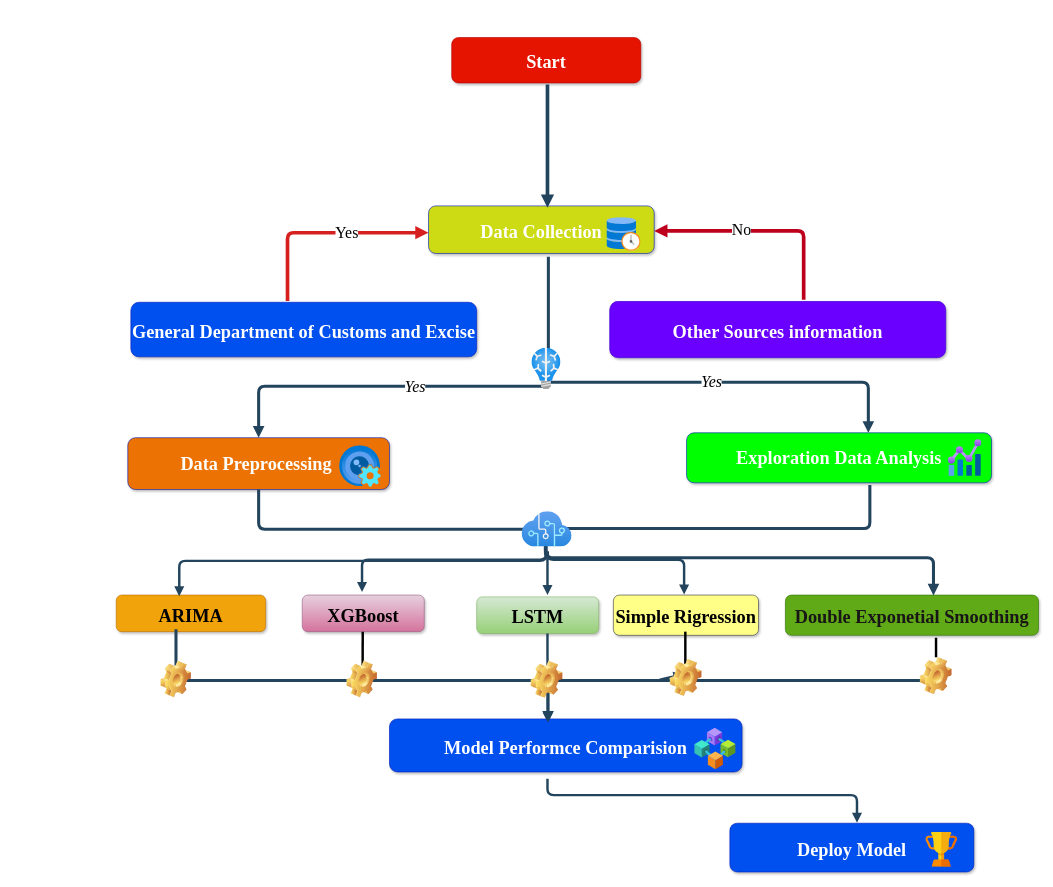
Above: page "Page-1" (1 of 3) of Untitled Diagram.drawio in Danut168/Advertistiing-Bugdet-and-Sales (draw.io), before the change. Source tidied: cells renumbered, new cells numbered last; positions are measured from the earlier drawing's top-left corner, leaving out a move shared by most shapes. Both pictures are drawn from the tidied source at 61%, with x=0, y=0 at pixel (62, 37).
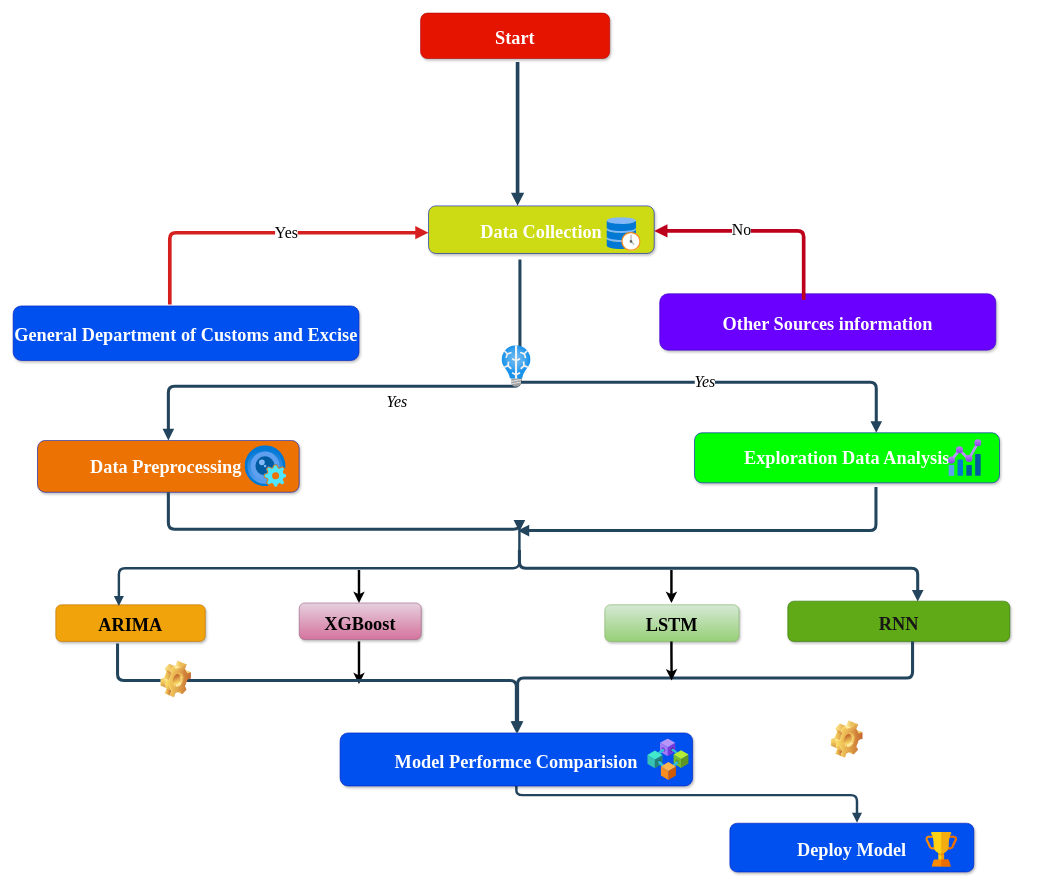
After the change.

The change refers to these unchanged cells:
```xml
<mxCell id="7" value="Data Collection" style="rounded=1;fillColor=#ccdb13;strokeColor=#001DBC;shadow=1;fontStyle=1;fontColor=#ffffff;fontSize=30;fontFamily=Times New Roman;" parent="1" vertex="1">
  <mxGeometry x="601" y="276" width="370" height="78" as="geometry" />
</mxCell>
```

Diff of the diagram source:
```diff
@@
     <mxCell id="2" value="General Department of Customs and Excise" style="rounded=1;fillColor=#0050ef;strokeColor=#001DBC;shadow=1;fontStyle=1;fontColor=#ffffff;fontSize=30;fontFamily=Times New Roman;" parent="1" vertex="1">
-      <mxGeometry x="113" y="434" width="567" height="89.5" as="geometry" />
+      <mxGeometry x="-80" y="440" width="567" height="89.5" as="geometry" />
     </mxCell>
     <mxCell id="3" value="ARIMA" style="rounded=1;fillColor=#f0a30a;strokeColor=#BD7000;shadow=1;fontStyle=1;fontColor=#000000;fontSize=30;fontFamily=Times New Roman;" parent="1" vertex="1">
-      <mxGeometry x="89" y="914" width="245" height="60" as="geometry" />
+      <mxGeometry x="-10" y="930" width="245" height="60" as="geometry" />
     </mxCell>
-    <mxCell id="4" value="Double Exponetial Smoothing" style="rounded=1;fillColor=#60a917;strokeColor=#2D7600;shadow=1;fontStyle=1;fontColor=#181616;fontSize=30;fontFamily=Times New Roman;" parent="1" vertex="1">
-      <mxGeometry x="1186" y="914" width="415" height="66" as="geometry" />
+    <mxCell id="4" value="RNN" style="rounded=1;fillColor=#60a917;strokeColor=#2D7600;shadow=1;fontStyle=1;fontColor=#181616;fontSize=30;fontFamily=Times New Roman;" parent="1" vertex="1">
+      <mxGeometry x="1190" y="924" width="364" height="66" as="geometry" />
     </mxCell>
@@
     <mxCell id="6" value="Start" style="rounded=1;shadow=1;fontStyle=1;fontSize=30;fillColor=#e51400;fillStyle=auto;fontFamily=Times New Roman;fontColor=#ffffff;strokeColor=#B20000;" parent="1" vertex="1">
-      <mxGeometry x="639" width="310" height="74.5" as="geometry" />
+      <mxGeometry x="588" y="-40" width="310" height="74.5" as="geometry" />
     </mxCell>
@@
     <mxCell id="8" value="Other Sources information" style="rounded=1;fillColor=#6a00ff;strokeColor=#3700CC;shadow=1;fontStyle=1;fontColor=#ffffff;fontSize=30;fontFamily=Times New Roman;" parent="1" vertex="1">
-      <mxGeometry x="898" y="432.5" width="551" height="92.5" as="geometry" />
+      <mxGeometry x="980" y="420" width="551" height="92.5" as="geometry" />
     </mxCell>
     <mxCell id="9" style="edgeStyle=elbowEdgeStyle;elbow=vertical;strokeWidth=6;endArrow=block;endFill=1;fontStyle=1;strokeColor=#23445D;flowAnimation=1;" parent="1" edge="1">
       <mxGeometry x="22" y="165.5" as="geometry">
-        <mxPoint x="796" y="77" as="sourcePoint" />
-        <mxPoint x="796" y="279" as="targetPoint" />
+        <mxPoint x="747" y="40" as="sourcePoint" />
+        <mxPoint x="747" y="276" as="targetPoint" />
       </mxGeometry>
     </mxCell>
@@
     <mxCell id="14" style="edgeStyle=elbowEdgeStyle;elbow=vertical;strokeWidth=4;endArrow=block;endFill=1;fontStyle=1;strokeColor=#23445D;flowAnimation=1;entryX=0.422;entryY=0.035;entryDx=0;entryDy=0;entryPerimeter=0;" parent="1" edge="1" target="3">
       <mxGeometry x="22" y="165.5" as="geometry">
-        <mxPoint x="794" y="799" as="sourcePoint" />
+        <mxPoint x="750" y="809" as="sourcePoint" />
+        <Array as="points">
+          <mxPoint x="420" y="870" />
+        </Array>
       </mxGeometry>
     </mxCell>
-    <mxCell id="15" style="edgeStyle=elbowEdgeStyle;elbow=vertical;strokeWidth=4;endArrow=block;endFill=1;fontStyle=1;strokeColor=#23445D;flowAnimation=1;entryX=0.586;entryY=-0.009;entryDx=0;entryDy=0;entryPerimeter=0;" parent="1" edge="1">
+    <mxCell id="15" style="edgeStyle=elbowEdgeStyle;elbow=vertical;strokeWidth=4;endArrow=block;endFill=1;fontStyle=1;strokeColor=#23445D;flowAnimation=1;entryX=0.586;entryY=-0.009;entryDx=0;entryDy=0;entryPerimeter=0;exitX=0.5;exitY=1;exitDx=0;exitDy=0;" parent="1" edge="1" source="28">
       <mxGeometry x="22" y="165.5" as="geometry">
-        <mxPoint x="796" y="1215" as="sourcePoint" />
         <mxPoint x="1303.4" y="1287.3" as="targetPoint" />
         <Array as="points">
           <mxPoint x="853" y="1242" />
           <mxPoint x="974" y="1217" />
         </Array>
       </mxGeometry>
     </mxCell>
-    <mxCell id="16" style="edgeStyle=elbowEdgeStyle;elbow=vertical;strokeWidth=4;endArrow=block;endFill=1;fontStyle=1;strokeColor=#23445D;flowAnimation=1;" parent="1" edge="1">
-      <mxGeometry x="22" y="165.5" as="geometry">
-        <mxPoint x="796" y="845" as="sourcePoint" />
-        <mxPoint x="1020" y="913" as="targetPoint" />
-        <Array as="points">
-          <mxPoint x="971" y="856" />
-        </Array>
-      </mxGeometry>
-    </mxCell>
     <mxCell id="17" value="&lt;font style=&quot;font-size: 30px;&quot;&gt;Data Preprocessing&amp;nbsp;&lt;/font&gt;" style="whiteSpace=wrap;html=1;fontSize=25;fillColor=#eb7203;strokeColor=#001DBC;fontColor=#ffffff;rounded=1;shadow=1;fontStyle=1;fontFamily=Times New Roman;" parent="1" vertex="1">
-      <mxGeometry x="108" y="656" width="429" height="85" as="geometry" />
+      <mxGeometry x="-40" y="660.5" width="429" height="85" as="geometry" />
     </mxCell>
     <mxCell id="18" value="XGBoost" style="rounded=1;fillColor=#e6d0de;strokeColor=#996185;shadow=1;gradientColor=#d5739d;fontStyle=1;fontSize=30;fontFamily=Times New Roman;" parent="1" vertex="1">
-      <mxGeometry x="394" y="914" width="200" height="60" as="geometry" />
+      <mxGeometry x="389" y="927" width="200" height="60" as="geometry" />
     </mxCell>
-    <mxCell id="19" value="Simple Rigression" style="rounded=1;fillColor=#ffff88;strokeColor=#36393d;shadow=1;fontStyle=1;fontSize=30;fontFamily=Times New Roman;" parent="1" vertex="1">
-      <mxGeometry x="904" y="914" width="238" height="66" as="geometry" />
-    </mxCell>
-    <mxCell id="20" style="edgeStyle=elbowEdgeStyle;elbow=vertical;strokeWidth=4;endArrow=block;endFill=1;fontStyle=1;strokeColor=#23445D;flowAnimation=1;" parent="1" edge="1">
-      <mxGeometry x="22" y="165.5" as="geometry">
-        <mxPoint x="792" y="829" as="sourcePoint" />
-        <mxPoint x="796" y="914" as="targetPoint" />
-        <Array as="points">
-          <mxPoint x="795.3" y="851" />
-          <mxPoint x="796.7" y="841" />
-        </Array>
-      </mxGeometry>
-    </mxCell>
     <mxCell id="21" value="LSTM" style="rounded=1;fillColor=#d5e8d4;strokeColor=#82b366;shadow=1;gradientColor=#97d077;fontStyle=1;fontSize=30;fontFamily=Times New Roman;" parent="1" vertex="1">
-      <mxGeometry x="680" y="917" width="200" height="60" as="geometry" />
+      <mxGeometry x="890" y="930" width="220" height="60" as="geometry" />
     </mxCell>
     <mxCell id="22" style="edgeStyle=orthogonalEdgeStyle;rounded=0;orthogonalLoop=1;jettySize=auto;html=1;strokeWidth=4;flowAnimation=1;" parent="1" edge="1">
       <mxGeometry relative="1" as="geometry">
-        <mxPoint x="493.1" y="974" as="sourcePoint" />
-        <mxPoint x="493" y="1057" as="targetPoint" />
+        <mxPoint x="487" y="990" as="sourcePoint" />
+        <mxPoint x="487" y="1060" as="targetPoint" />
         <Array as="points">
-          <mxPoint x="493.1" y="974" />
+          <mxPoint x="487" y="1020" />
+          <mxPoint x="487" y="1020" />
         </Array>
       </mxGeometry>
     </mxCell>
-    <mxCell id="23" style="edgeStyle=orthogonalEdgeStyle;rounded=0;orthogonalLoop=1;jettySize=auto;html=1;strokeWidth=4;flowAnimation=1;" parent="1" edge="1">
-      <mxGeometry relative="1" as="geometry">
-        <mxPoint x="1022" y="974" as="sourcePoint" />
-        <mxPoint x="1022" y="1044" as="targetPoint" />
-        <Array as="points">
-          <mxPoint x="1022" y="974" />
-        </Array>
-      </mxGeometry>
-    </mxCell>
-    <mxCell id="24" style="edgeStyle=orthogonalEdgeStyle;rounded=0;jettySize=auto;html=1;strokeWidth=4;flowAnimation=1;" parent="1" edge="1" source="41">
-      <mxGeometry relative="1" as="geometry">
-        <mxPoint x="1433" y="1053.9" as="targetPoint" />
-        <Array as="points">
-          <mxPoint x="1433" y="983.9" />
-        </Array>
-      </mxGeometry>
-    </mxCell>
-    <mxCell id="25" style="edgeStyle=elbowEdgeStyle;elbow=vertical;strokeWidth=5;endArrow=block;endFill=1;fontStyle=1;strokeColor=#23445D;rounded=0;curved=0;flowAnimation=1;" parent="1" edge="1">
-      <mxGeometry x="22" y="165.5" as="geometry">
-        <mxPoint x="793" y="1047" as="sourcePoint" />
-        <mxPoint x="1433" y="1041" as="targetPoint" />
-        <Array as="points">
-          <mxPoint x="1025" y="1054" />
-        </Array>
-      </mxGeometry>
-    </mxCell>
-    <mxCell id="26" style="edgeStyle=elbowEdgeStyle;elbow=vertical;strokeWidth=4;endArrow=block;endFill=1;fontStyle=1;strokeColor=#23445D;flowAnimation=1;" parent="1" edge="1" source="30">
-      <mxGeometry x="22" y="165.5" as="geometry">
-        <mxPoint x="1019" y="1044" as="targetPoint" />
-        <Array as="points">
-          <mxPoint x="974" y="1054" />
-        </Array>
-      </mxGeometry>
-    </mxCell>
-    <mxCell id="27" style="edgeStyle=elbowEdgeStyle;elbow=vertical;strokeWidth=4;endArrow=block;endFill=1;fontStyle=1;strokeColor=#23445D;entryX=0.5;entryY=0;entryDx=0;entryDy=0;flowAnimation=1;" parent="1" edge="1" source="21">
-      <mxGeometry x="22" y="165.5" as="geometry">
-        <mxPoint x="796.5" y="1123" as="targetPoint" />
-        <Array as="points">
-          <mxPoint x="796" y="1015" />
-        </Array>
-      </mxGeometry>
-    </mxCell>
     <mxCell id="28" value="Model Performce Comparision" style="rounded=1;fillColor=#0050ef;strokeColor=#001DBC;shadow=1;fontStyle=1;fontColor=#ffffff;fontSize=30;fontFamily=Times New Roman;" parent="1" vertex="1">
-      <mxGeometry x="537" y="1117" width="578" height="87" as="geometry" />
+      <mxGeometry x="456" y="1140" width="578" height="87" as="geometry" />
     </mxCell>
     <mxCell id="29" style="edgeStyle=elbowEdgeStyle;elbow=vertical;strokeWidth=5;endArrow=block;endFill=1;fontStyle=1;strokeColor=#23445D;flowAnimation=1;entryX=0.585;entryY=0.01;entryDx=0;entryDy=0;entryPerimeter=0;" parent="1" edge="1" target="4">
       <mxGeometry x="22" y="165.5" as="geometry">
-        <mxPoint x="796" y="842" as="sourcePoint" />
+        <mxPoint x="750" y="840" as="sourcePoint" />
         <Array as="points">
-          <mxPoint x="1022" y="853" />
+          <mxPoint x="1080" y="870" />
         </Array>
       </mxGeometry>
     </mxCell>
-    <mxCell id="30" style="shape=image;html=1;verticalLabelPosition=bottom;verticalAlign=top;imageAspect=1;image=img/clipart/Gear_128x128.png;" parent="1" vertex="1">
-      <mxGeometry x="997" y="1019" width="52" height="61" as="geometry" />
-    </mxCell>
-    <mxCell id="31" style="edgeStyle=elbowEdgeStyle;elbow=vertical;strokeWidth=5;endArrow=block;endFill=1;fontStyle=1;strokeColor=#23445D;flowAnimation=1;exitX=0.531;exitY=1.07;exitDx=0;exitDy=0;entryX=0.5;entryY=0;entryDx=0;entryDy=0;exitPerimeter=0;" parent="1" edge="1" source="7" target="17">
+    <mxCell id="31" style="edgeStyle=elbowEdgeStyle;elbow=vertical;strokeWidth=5;endArrow=block;endFill=1;fontStyle=1;strokeColor=#23445D;flowAnimation=1;exitX=0.405;exitY=1.128;exitDx=0;exitDy=0;entryX=0.5;entryY=0;entryDx=0;entryDy=0;exitPerimeter=0;" parent="1" edge="1" source="7" target="17">
       <mxGeometry x="22" y="165.5" as="geometry">
         <Array as="points">
           <mxPoint x="653" y="571.8" />
         </Array>
       </mxGeometry>
     </mxCell>
     <mxCell id="32" value="&lt;i&gt;&lt;font style=&quot;font-size: 26px;&quot; face=&quot;Times New Roman&quot;&gt;Yes&lt;/font&gt;&lt;/i&gt;" style="edgeLabel;html=1;align=center;verticalAlign=middle;" parent="31" vertex="1">
       <mxGeometry relative="1" as="geometry">
-        <mxPoint x="-45" y="1" as="offset" />
+        <mxPoint x="26" y="26" as="offset" />
       </mxGeometry>
     </mxCell>
     <mxCell id="33" value="&lt;font style=&quot;font-size: 30px;&quot;&gt;Exploration Data Analysis&lt;/font&gt;" style="whiteSpace=wrap;html=1;fontSize=25;fillColor=#00ff00;strokeColor=#001DBC;fontColor=#ffffff;rounded=1;shadow=1;fontStyle=1;fontFamily=Times New Roman;" parent="1" vertex="1">
-      <mxGeometry x="1024" y="648" width="500" height="82" as="geometry" />
+      <mxGeometry x="1037" y="648" width="500" height="82" as="geometry" />
     </mxCell>
     <mxCell id="34" style="edgeStyle=elbowEdgeStyle;elbow=vertical;strokeWidth=5;endArrow=block;endFill=1;fontStyle=1;strokeColor=#23445D;flowAnimation=1;entryX=0.596;entryY=0;entryDx=0;entryDy=0;entryPerimeter=0;" parent="1" edge="1" target="33">
       <mxGeometry x="22" y="165.5" as="geometry">
-        <mxPoint x="792" y="572" as="sourcePoint" />
+        <mxPoint x="750" y="565" as="sourcePoint" />
         <Array as="points">
           <mxPoint x="1047" y="565" />
         </Array>
       </mxGeometry>
     </mxCell>
@@
-    <mxCell id="36" style="edgeStyle=elbowEdgeStyle;elbow=vertical;strokeWidth=4;endArrow=block;endFill=1;fontStyle=1;strokeColor=#23445D;flowAnimation=1;" parent="1" edge="1">
-      <mxGeometry x="22" y="165.5" as="geometry">
-        <mxPoint x="794" y="802" as="sourcePoint" />
-        <mxPoint x="492" y="909" as="targetPoint" />
-        <Array as="points">
-          <mxPoint x="643" y="856" />
-        </Array>
-      </mxGeometry>
-    </mxCell>
     <mxCell id="37" style="edgeStyle=elbowEdgeStyle;elbow=vertical;strokeWidth=5;endArrow=block;endFill=1;fontStyle=1;strokeColor=#23445D;flowAnimation=1;exitX=0.5;exitY=1;exitDx=0;exitDy=0;" parent="1" edge="1" source="17">
       <mxGeometry x="22" y="165.5" as="geometry">
-        <mxPoint x="796" y="795" as="targetPoint" />
+        <mxPoint x="750" y="810" as="targetPoint" />
         <Array as="points">
           <mxPoint y="806" />
         </Array>
       </mxGeometry>
     </mxCell>
-    <mxCell id="38" style="edgeStyle=elbowEdgeStyle;elbow=vertical;strokeWidth=4;endArrow=block;endFill=1;fontStyle=1;strokeColor=#23445D;flowAnimation=1;" parent="1" edge="1">
-      <mxGeometry x="22" y="165.5" as="geometry">
-        <mxPoint x="832.9" y="813.7" as="sourcePoint" />
-        <mxPoint x="797" y="813" as="targetPoint" />
-      </mxGeometry>
-    </mxCell>
-    <mxCell id="39" style="edgeStyle=elbowEdgeStyle;elbow=vertical;strokeWidth=4;endArrow=block;endFill=1;fontStyle=1;strokeColor=#23445D;flowAnimation=1;" parent="1" edge="1" source="51">
-      <mxGeometry x="22" y="165.5" as="geometry">
-        <mxPoint x="799" y="805" as="targetPoint" />
-      </mxGeometry>
-    </mxCell>
-    <mxCell id="40" style="edgeStyle=orthogonalEdgeStyle;rounded=0;jettySize=auto;html=1;strokeWidth=4;flowAnimation=1;" parent="1" edge="1" target="41">
-      <mxGeometry relative="1" as="geometry">
-        <mxPoint x="1433" y="1021.9" as="sourcePoint" />
-      </mxGeometry>
-    </mxCell>
-    <mxCell id="41" style="shape=image;html=1;verticalLabelPosition=bottom;verticalAlign=top;imageAspect=1;image=img/clipart/Gear_128x128.png;imageBackground=default;shadow=0;imageBorder=none;labelBackgroundColor=none;" parent="1" vertex="1">
-      <mxGeometry x="1407" y="1016" width="52" height="61" as="geometry" />
-    </mxCell>
-    <mxCell id="42" style="edgeStyle=elbowEdgeStyle;elbow=vertical;strokeWidth=5;endArrow=block;endFill=1;fontStyle=1;strokeColor=#23445D;flowAnimation=1;exitX=0.595;exitY=1.003;exitDx=0;exitDy=0;exitPerimeter=0;" parent="1" edge="1">
+    <mxCell id="42" style="edgeStyle=elbowEdgeStyle;elbow=vertical;strokeWidth=5;endArrow=block;endFill=1;fontStyle=1;strokeColor=#23445D;flowAnimation=1;exitX=0.413;exitY=1.056;exitDx=0;exitDy=0;entryX=0.5;entryY=0;entryDx=0;entryDy=0;exitPerimeter=0;" parent="1" edge="1" source="3" target="28">
       <mxGeometry x="22" y="165.5" as="geometry">
-        <mxPoint x="187" y="970" as="sourcePoint" />
-        <mxPoint x="797" y="1123" as="targetPoint" />
         <Array as="points">
           <mxPoint x="758" y="1054" />
           <mxPoint x="592" y="1044" />
         </Array>
       </mxGeometry>
     </mxCell>
@@
-    <mxCell id="44" style="shape=image;html=1;verticalLabelPosition=bottom;verticalAlign=top;imageAspect=0;image=img/clipart/Gear_128x128.png;sketch=1;hachureGap=4;jiggle=2;curveFitting=1;fontFamily=Architects Daughter;" parent="1" vertex="1">
-      <mxGeometry x="467" y="1022" width="50" height="60" as="geometry" />
-    </mxCell>
     <mxCell id="45" style="shape=image;html=1;verticalLabelPosition=bottom;verticalAlign=top;imageAspect=1;image=img/clipart/Gear_128x128.png;sketch=1;hachureGap=4;jiggle=2;curveFitting=1;fontFamily=Architects Daughter;" parent="1" vertex="1">
-      <mxGeometry x="769" y="1022" width="52" height="61" as="geometry" />
+      <mxGeometry x="1261" y="1120" width="52" height="61" as="geometry" />
     </mxCell>
-    <mxCell id="46" style="edgeStyle=elbowEdgeStyle;elbow=vertical;strokeWidth=5;endArrow=block;endFill=1;fontStyle=1;strokeColor=#23445D;flowAnimation=1;entryX=0.5;entryY=0.583;entryDx=0;entryDy=0;entryPerimeter=0;exitX=0.601;exitY=1.045;exitDx=0;exitDy=0;exitPerimeter=0;" parent="1" edge="1" source="33">
+    <mxCell id="46" style="edgeStyle=elbowEdgeStyle;elbow=vertical;strokeWidth=5;endArrow=block;endFill=1;fontStyle=1;strokeColor=#23445D;flowAnimation=1;exitX=0.601;exitY=1.045;exitDx=0;exitDy=0;exitPerimeter=0;" parent="1" edge="1">
       <mxGeometry x="22" y="165.5" as="geometry">
-        <mxPoint x="800" y="805" as="targetPoint" />
+        <mxPoint x="1334.5" y="737" as="sourcePoint" />
+        <mxPoint x="747" y="808.3" as="targetPoint" />
         <Array as="points">
-          <mxPoint x="1022.1" y="805" />
+          <mxPoint x="1019.1" y="808.3" />
         </Array>
       </mxGeometry>
     </mxCell>
@@
-    <mxCell id="50" style="edgeStyle=elbowEdgeStyle;elbow=vertical;strokeWidth=4;endArrow=block;endFill=1;fontStyle=1;strokeColor=#23445D;flowAnimation=1;" parent="1" edge="1" target="51">
+    <mxCell id="50" style="edgeStyle=elbowEdgeStyle;elbow=vertical;strokeWidth=4;endArrow=block;endFill=1;fontStyle=1;strokeColor=#23445D;flowAnimation=1;" parent="1" edge="1">
       <mxGeometry x="22" y="165.5" as="geometry">
         <mxPoint x="800" y="835" as="sourcePoint" />
+        <mxPoint x="800" y="835" as="targetPoint" />
       </mxGeometry>
     </mxCell>
-    <mxCell id="51" style="image;html=1;points=[];align=center;fontSize=12;image=img/lib/azure2/ai_machine_learning/Cognitive_Services.svg;" parent="1" vertex="1">
-      <mxGeometry x="753.9" y="777" width="82.2" height="58" as="geometry" />
-    </mxCell>
     <mxCell id="52" style="image;html=1;align=center;fontSize=12;image=img/lib/azure2/ai_machine_learning/Custom_Vision.svg;" parent="1" vertex="1">
-      <mxGeometry x="455" y="669" width="68" height="68" as="geometry" />
+      <mxGeometry x="300" y="669" width="68" height="68" as="geometry" />
     </mxCell>
     <mxCell id="53" style="image;html=1;align=center;fontSize=12;image=img/lib/azure2/ai_machine_learning/Batch_AI.svg;" parent="1" vertex="1">
-      <mxGeometry x="770" y="509" width="48" height="68" as="geometry" />
+      <mxGeometry x="721" y="505" width="48" height="68" as="geometry" />
     </mxCell>
     <mxCell id="54" style="image;html=1;align=center;fontSize=12;image=img/lib/azure2/blockchain/Consortium.svg;" parent="1" vertex="1">
-      <mxGeometry x="1037" y="1132" width="68" height="68" as="geometry" />
+      <mxGeometry x="960" y="1149.5" width="68" height="68" as="geometry" />
     </mxCell>
+    <mxCell id="55" style="edgeStyle=elbowEdgeStyle;elbow=vertical;strokeWidth=5;endArrow=block;endFill=1;fontStyle=1;strokeColor=#23445D;flowAnimation=1;exitX=0.601;exitY=1.045;exitDx=0;exitDy=0;exitPerimeter=0;" parent="1" edge="1">
+      <mxGeometry x="22" y="165.5" as="geometry">
+        <mxPoint x="1394.5" y="990" as="sourcePoint" />
+        <mxPoint x="747" y="1140" as="targetPoint" />
+        <Array as="points">
+          <mxPoint x="1070" y="1050" />
+        </Array>
+      </mxGeometry>
+    </mxCell>
+    <mxCell id="56" style="edgeStyle=orthogonalEdgeStyle;rounded=0;orthogonalLoop=1;jettySize=auto;html=1;strokeWidth=4;flowAnimation=1;" parent="1" edge="1">
+      <mxGeometry relative="1" as="geometry">
+        <mxPoint x="999.2" y="990" as="sourcePoint" />
+        <mxPoint x="999.5" y="1054" as="targetPoint" />
+        <Array as="points">
+          <mxPoint x="999.5" y="1004" />
+          <mxPoint x="999.5" y="1004" />
+        </Array>
+      </mxGeometry>
+    </mxCell>
+    <mxCell id="57" style="edgeStyle=orthogonalEdgeStyle;rounded=0;orthogonalLoop=1;jettySize=auto;html=1;strokeWidth=4;flowAnimation=1;" parent="1" edge="1">
+      <mxGeometry relative="1" as="geometry">
+        <mxPoint x="999.2" y="873" as="sourcePoint" />
+        <mxPoint x="999.2" y="927" as="targetPoint" />
+        <Array as="points">
+          <mxPoint x="999.2" y="923" />
+          <mxPoint x="999.2" y="923" />
+        </Array>
+      </mxGeometry>
+    </mxCell>
+    <mxCell id="58" style="edgeStyle=orthogonalEdgeStyle;rounded=0;orthogonalLoop=1;jettySize=auto;html=1;strokeWidth=4;flowAnimation=1;" parent="1" edge="1">
+      <mxGeometry relative="1" as="geometry">
+        <mxPoint x="487" y="873" as="sourcePoint" />
+        <mxPoint x="487" y="927" as="targetPoint" />
+        <Array as="points">
+          <mxPoint x="487" y="923" />
+          <mxPoint x="487" y="923" />
+        </Array>
+      </mxGeometry>
+    </mxCell>
```
